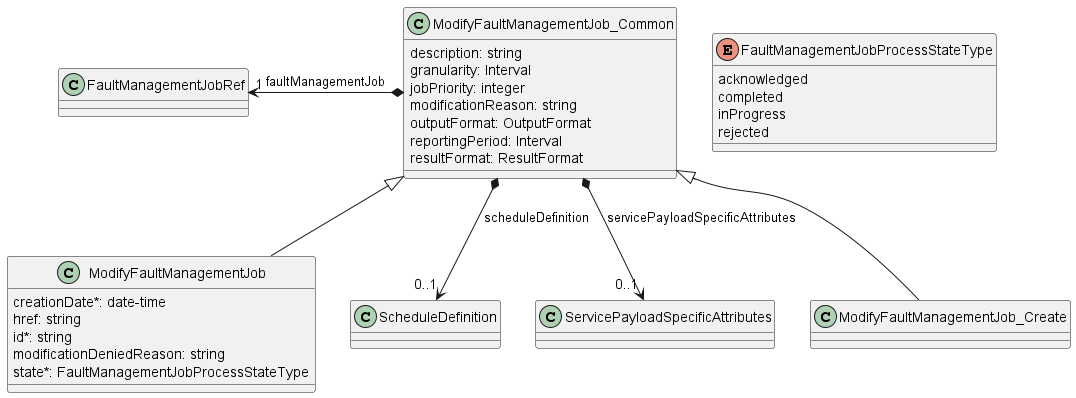
Before: documentation/serviceApi/fm/media/modifyFaultManagementJobModel.png, a diagram exported from PlantUML (MEF-GIT/MEF-LSO-Legato-SDK). The source it was exported from:
```plantuml
@startuml modifyFaultManagementJobModel

class ModifyFaultManagementJob {

    creationDate*: date-time
    href: string
    id*: string
    modificationDeniedReason: string
    state*: FaultManagementJobProcessStateType
}
ModifyFaultManagementJob_Common <|-- ModifyFaultManagementJob

class ModifyFaultManagementJob_Common {

    description: string
    granularity: Interval
    jobPriority: integer
    modificationReason: string
    outputFormat: OutputFormat
    reportingPeriod: Interval
    resultFormat: ResultFormat
}

ModifyFaultManagementJob_Common *-l->"1" FaultManagementJobRef : faultManagementJob
ModifyFaultManagementJob_Common *-->"0..1" ScheduleDefinition : scheduleDefinition
ModifyFaultManagementJob_Common *-->"0..1" ServicePayloadSpecificAttributes : servicePayloadSpecificAttributes


class ModifyFaultManagementJob_Create {

}
ModifyFaultManagementJob_Common <|-- ModifyFaultManagementJob_Create

enum FaultManagementJobProcessStateType {
    acknowledged
    completed
    inProgress
    rejected
}

@enduml
```
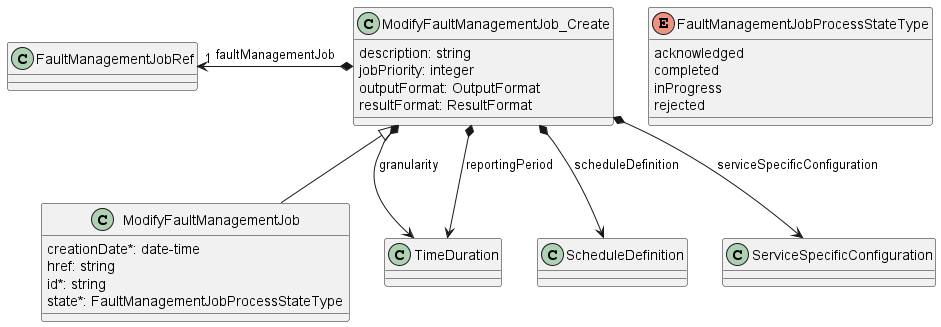
Above is the later version.

The edit, as a diff of the source:
```diff
@@ -5,31 +5,25 @@
     creationDate*: date-time
     href: string
     id*: string
-    modificationDeniedReason: string
     state*: FaultManagementJobProcessStateType
 }
-ModifyFaultManagementJob_Common <|-- ModifyFaultManagementJob
+ModifyFaultManagementJob_Create <|-- ModifyFaultManagementJob
 
-class ModifyFaultManagementJob_Common {
-
-    description: string
-    granularity: Interval
-    jobPriority: integer
-    modificationReason: string
-    outputFormat: OutputFormat
-    reportingPeriod: Interval
-    resultFormat: ResultFormat
-}
-
-ModifyFaultManagementJob_Common *-l->"1" FaultManagementJobRef : faultManagementJob
-ModifyFaultManagementJob_Common *-->"0..1" ScheduleDefinition : scheduleDefinition
-ModifyFaultManagementJob_Common *-->"0..1" ServicePayloadSpecificAttributes : servicePayloadSpecificAttributes
 
 
 class ModifyFaultManagementJob_Create {
 
+    description: string
+    jobPriority: integer
+    outputFormat: OutputFormat
+    resultFormat: ResultFormat
 }
-ModifyFaultManagementJob_Common <|-- ModifyFaultManagementJob_Create
+
+ModifyFaultManagementJob_Create *-l->"1" FaultManagementJobRef : faultManagementJob
+ModifyFaultManagementJob_Create *--> TimeDuration : granularity
+ModifyFaultManagementJob_Create *--> TimeDuration : reportingPeriod
+ModifyFaultManagementJob_Create *--> ScheduleDefinition : scheduleDefinition
+ModifyFaultManagementJob_Create *--> ServiceSpecificConfiguration : serviceSpecificConfiguration
 
 enum FaultManagementJobProcessStateType {
     acknowledged
```
